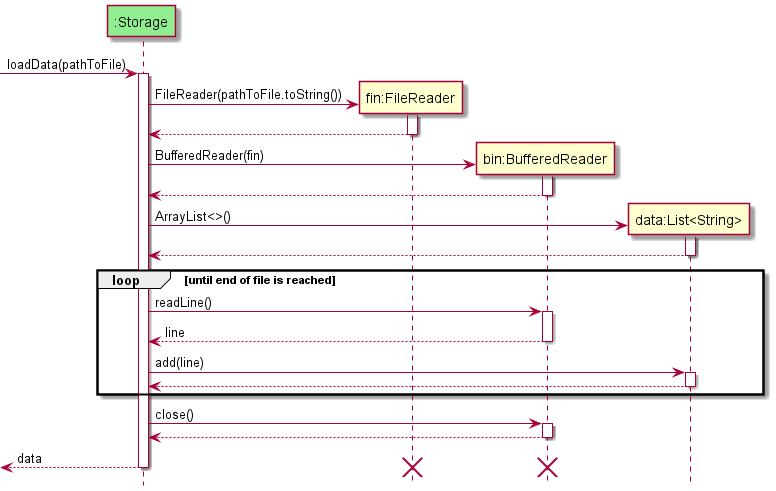
The PlantUML diagram docs/images/SaveDataSequenceDiagram.png in nus-cs2113-AY2122S1/tp, before a commit.
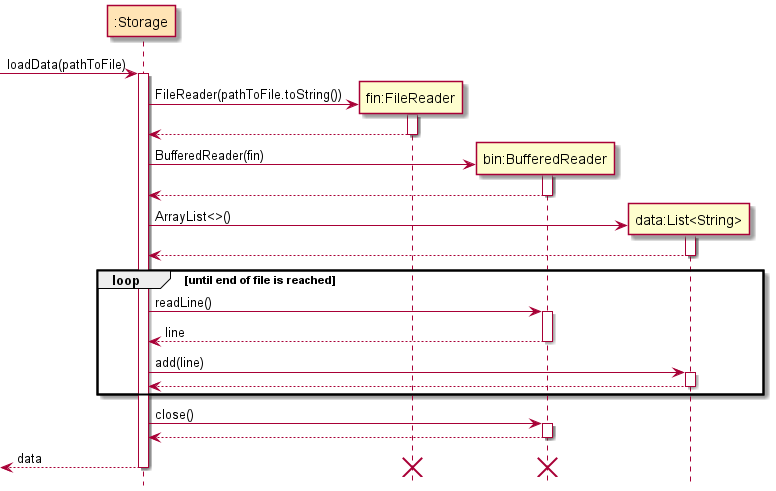
After the change.

Diff of the diagram source:
```diff
@@ -2,7 +2,7 @@
 
 !include Style.puml
 
-participant ":Storage" as Storage #lightgreen
+participant ":Storage" as Storage STORAGE_COLOR
 participant "fin:FileReader" as fin
 participant "bin:BufferedReader" as bin
 participant "data:List<String>" as data
```
